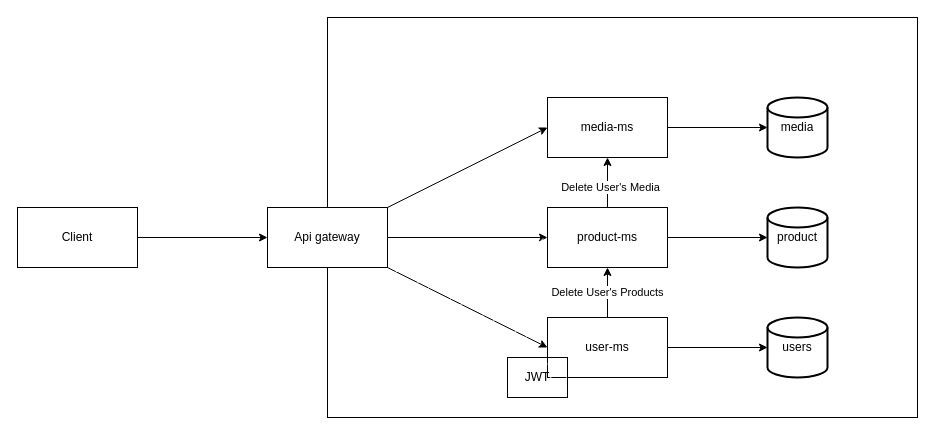
The draw.io diagram data-flow.drawio in AntonWiklund1/buy-01, before the edit. Source tidied: cells renumbered, new cells numbered last; positions are measured from the earlier drawing's top-left corner, leaving out a move shared by most shapes. Both pictures are drawn from the tidied source at 100%, with x=0, y=0 at pixel (17, 17).
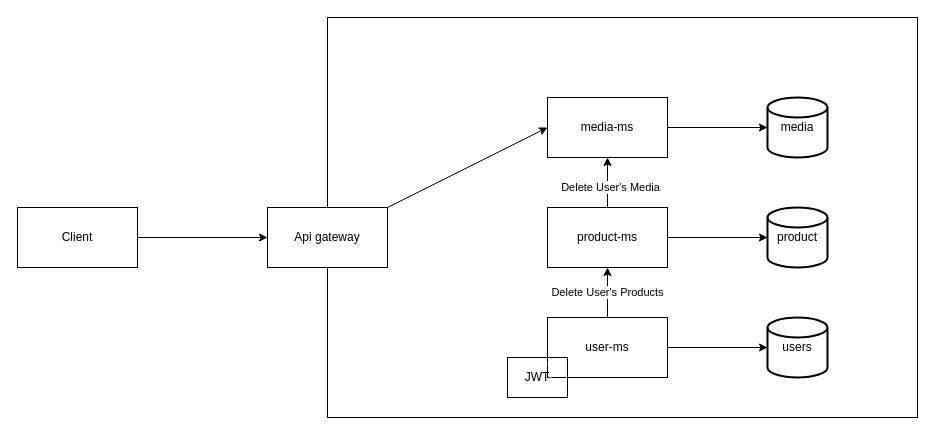
The same page after the edit.

The edit, as a diff of the source:
```diff
@@
-    <mxCell id="6" style="rounded=0;whiteSpace=wrap;html=1;glass=0;fillStyle=dashed;" parent="1" vertex="1">
+    <mxCell id="6" style="rounded=0;whiteSpace=wrap;html=1;glass=0;fillStyle=solid;" parent="1" vertex="1">
       <mxGeometry x="310" width="590" height="400" as="geometry" />
     </mxCell>
```
